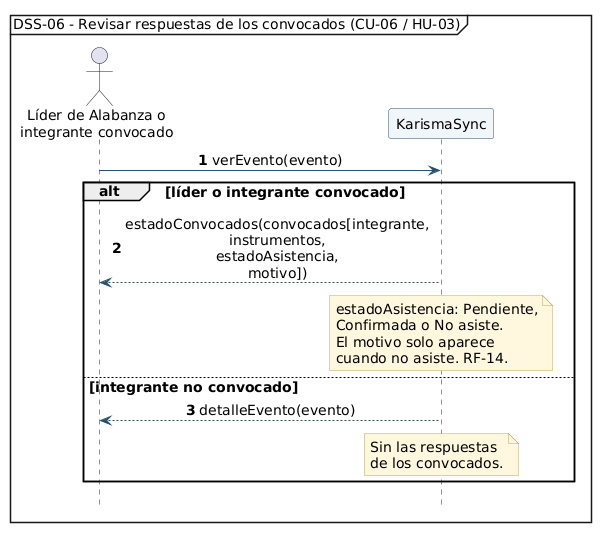
This is diagramas/dss-06-revisar-respuestas.png from Ayiness/KarismaSync, a PlantUML export, as it was before one commit.
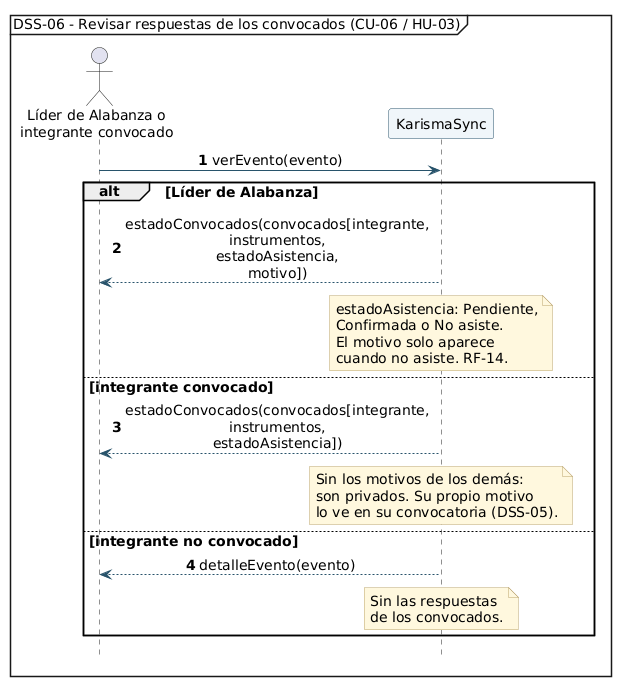
Later version of the same file.

Change to the diagram source:
```diff
@@ -22,13 +22,20 @@
 
 Actor -> Sistema: verEvento(evento)
 
-alt líder o integrante convocado
+alt Líder de Alabanza
   Sistema --> Actor: estadoConvocados(convocados[integrante, instrumentos, estadoAsistencia, motivo])
   note over Sistema
     estadoAsistencia: Pendiente,
     Confirmada o No asiste.
     El motivo solo aparece
     cuando no asiste. RF-14.
+  end note
+else integrante convocado
+  Sistema --> Actor: estadoConvocados(convocados[integrante, instrumentos, estadoAsistencia])
+  note over Sistema
+    Sin los motivos de los demás:
+    son privados. Su propio motivo
+    lo ve en su convocatoria (DSS-05).
   end note
 else integrante no convocado
   Sistema --> Actor: detalleEvento(evento)
```
